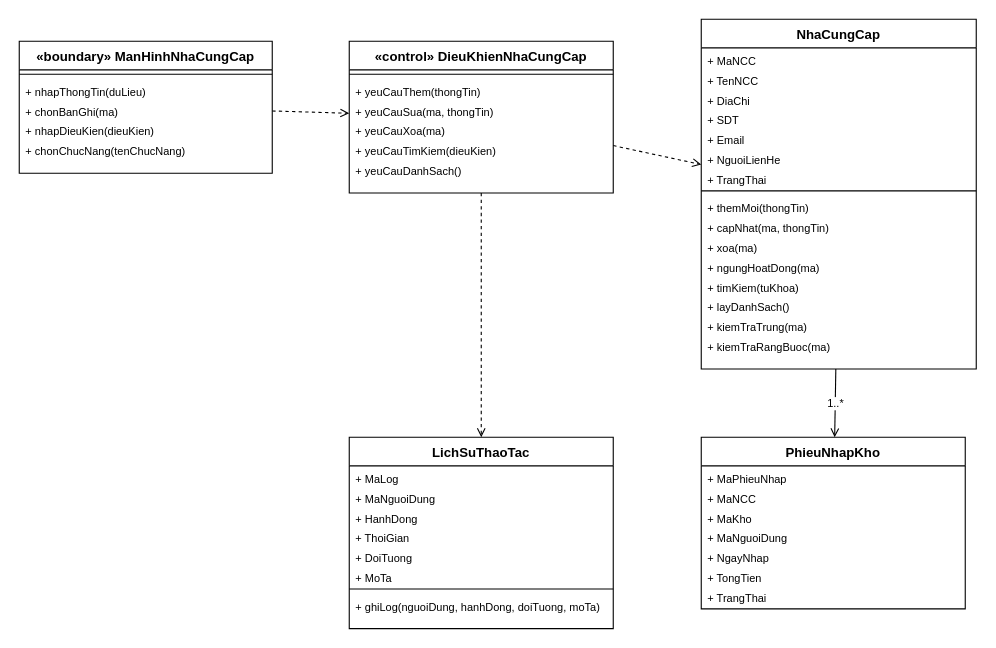
This is diagram/drawio/4.5_class_ncc.drawio from quangminh1212/Phan-tich-va-thiet-ke-he-thong, a draw.io file, before an edit. Source tidied: cells renumbered, new cells numbered last; positions are measured from the earlier drawing's top-left corner, leaving out a move shared by most shapes. Both pictures are drawn from the tidied source at 110%, with x=0, y=0 at pixel (19, 19).
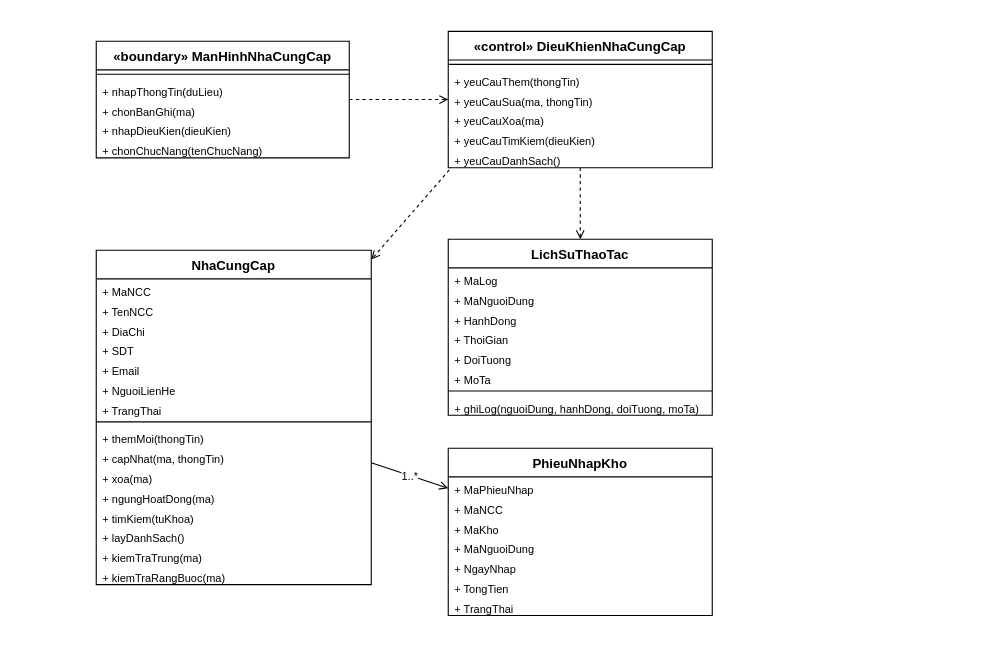
Above is the later version.

The change refers to these unchanged cells:
```xml
<mxCell id="14" value="+ yeuCauDanhSach()" style="text;strokeColor=none;fillColor=none;align=left;verticalAlign=top;spacingLeft=4;spacingRight=4;overflow=hidden;points=[[0,0.5],[1,0.5]];portConstraint=eastwest;fontSize=10;" parent="8" vertex="1">
  <mxGeometry y="106" width="240" height="18" as="geometry" />
</mxCell>
```

What changed in the source:
```diff
@@
     <mxCell id="2" value="«boundary» ManHinhNhaCungCap" style="swimlane;fontStyle=1;align=center;verticalAlign=top;horizontal=1;startSize=26;whiteSpace=wrap;html=1;fillColor=#FFFFFF;strokeColor=#000000;" parent="1" vertex="1">
-      <mxGeometry y="20" width="230" height="120" as="geometry" />
+      <mxGeometry x="70" y="20" width="230" height="106" as="geometry" />
     </mxCell>
@@
     <mxCell id="8" value="«control» DieuKhienNhaCungCap" style="swimlane;fontStyle=1;align=center;verticalAlign=top;horizontal=1;startSize=26;whiteSpace=wrap;html=1;fillColor=#FFFFFF;strokeColor=#000000;" parent="1" vertex="1">
-      <mxGeometry x="300" y="20" width="240" height="138" as="geometry" />
+      <mxGeometry x="390" y="11" width="240" height="124" as="geometry" />
     </mxCell>
@@
     <mxCell id="15" value="NhaCungCap" style="swimlane;fontStyle=1;align=center;verticalAlign=top;horizontal=1;startSize=26;whiteSpace=wrap;html=1;fillColor=#FFFFFF;strokeColor=#000000;" parent="1" vertex="1">
-      <mxGeometry x="620" width="250" height="318" as="geometry" />
+      <mxGeometry x="70" y="210" width="250" height="304" as="geometry" />
     </mxCell>
@@
     <mxCell id="32" value="PhieuNhapKho" style="swimlane;fontStyle=1;align=center;verticalAlign=top;horizontal=1;startSize=26;whiteSpace=wrap;html=1;fillColor=#FFFFFF;strokeColor=#000000;" parent="1" vertex="1">
-      <mxGeometry x="620" y="380" width="240" height="156" as="geometry" />
+      <mxGeometry x="390" y="390" width="240" height="152" as="geometry" />
     </mxCell>
@@
     <mxCell id="40" value="LichSuThaoTac" style="swimlane;fontStyle=1;align=center;verticalAlign=top;horizontal=1;startSize=26;whiteSpace=wrap;html=1;fillColor=#FFFFFF;strokeColor=#000000;" parent="1" vertex="1">
-      <mxGeometry x="300" y="380" width="240" height="174" as="geometry" />
+      <mxGeometry x="390" y="200" width="240" height="160" as="geometry" />
     </mxCell>
@@
-    <mxCell id="50" style="endArrow=open;html=1;rounded=0;dashed=1;endFill=0;strokeColor=#000000;fontSize=10;" parent="1" edge="1" source="8" target="15">
+    <mxCell id="50" style="endArrow=open;html=1;rounded=0;dashed=1;endFill=0;strokeColor=#000000;fontSize=10;exitX=0.004;exitY=1.111;exitDx=0;exitDy=0;exitPerimeter=0;" parent="1" edge="1" source="14" target="15">
       <mxGeometry relative="1" as="geometry" />
     </mxCell>
```
